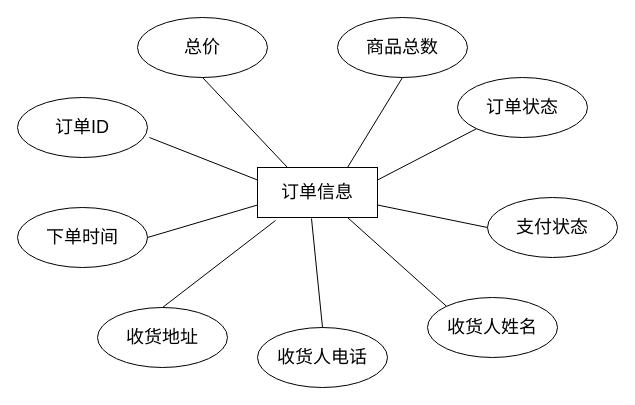
sangqiwei/blog1 keeps this draw.io diagram as page "第 5 页" (5 of 7) of 未命名绘图.drawio. Above is the earlier version. Source tidied: cells renumbered, new cells numbered last; positions are measured from the earlier drawing's top-left corner, leaving out a move shared by most shapes. Both pictures are drawn from the tidied source at 100%, with x=0, y=0 at pixel (17, 17).
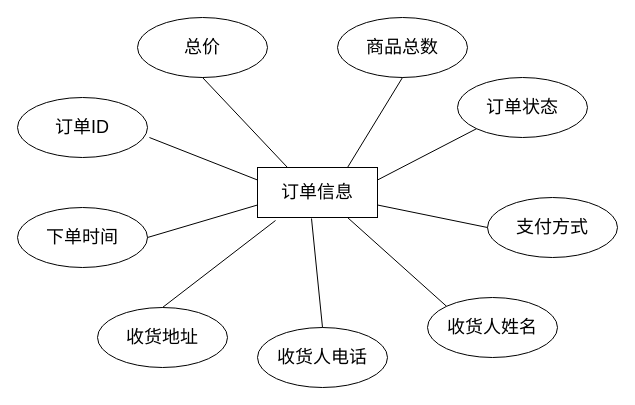
The same page after the edit.

Commit message:
更新未命名绘图.drawio

Diff of the diagram source:
```diff
@@
-    <mxCell id="7" value="&lt;font style=&quot;font-size: 18px;&quot;&gt;支付状态&lt;/font&gt;" style="ellipse;whiteSpace=wrap;html=1;align=center;" parent="1" vertex="1">
+    <mxCell id="7" value="&lt;font style=&quot;font-size: 18px;&quot;&gt;支付方式&lt;/font&gt;" style="ellipse;whiteSpace=wrap;html=1;align=center;" parent="1" vertex="1">
       <mxGeometry x="470" y="180" width="130" height="60" as="geometry" />
     </mxCell>
```
